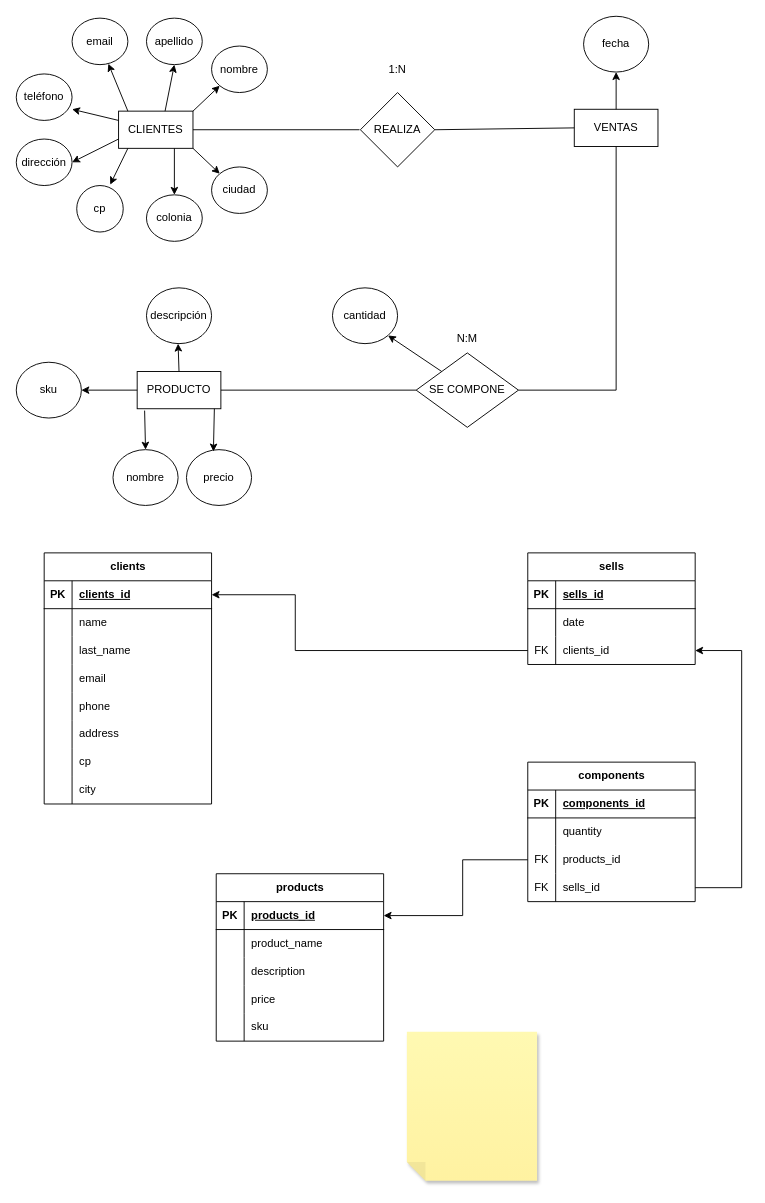
Above: page "Página-2" (2 of 2) of Diagrama sin título.drawio in pavila28/ProyectoPinterest (draw.io), before the change. Source tidied: cells renumbered, new cells numbered last; positions are measured from the earlier drawing's top-left corner, leaving out a move shared by most shapes. Both pictures are drawn from the tidied source at 93%, with x=0, y=0 at pixel (16, 16).
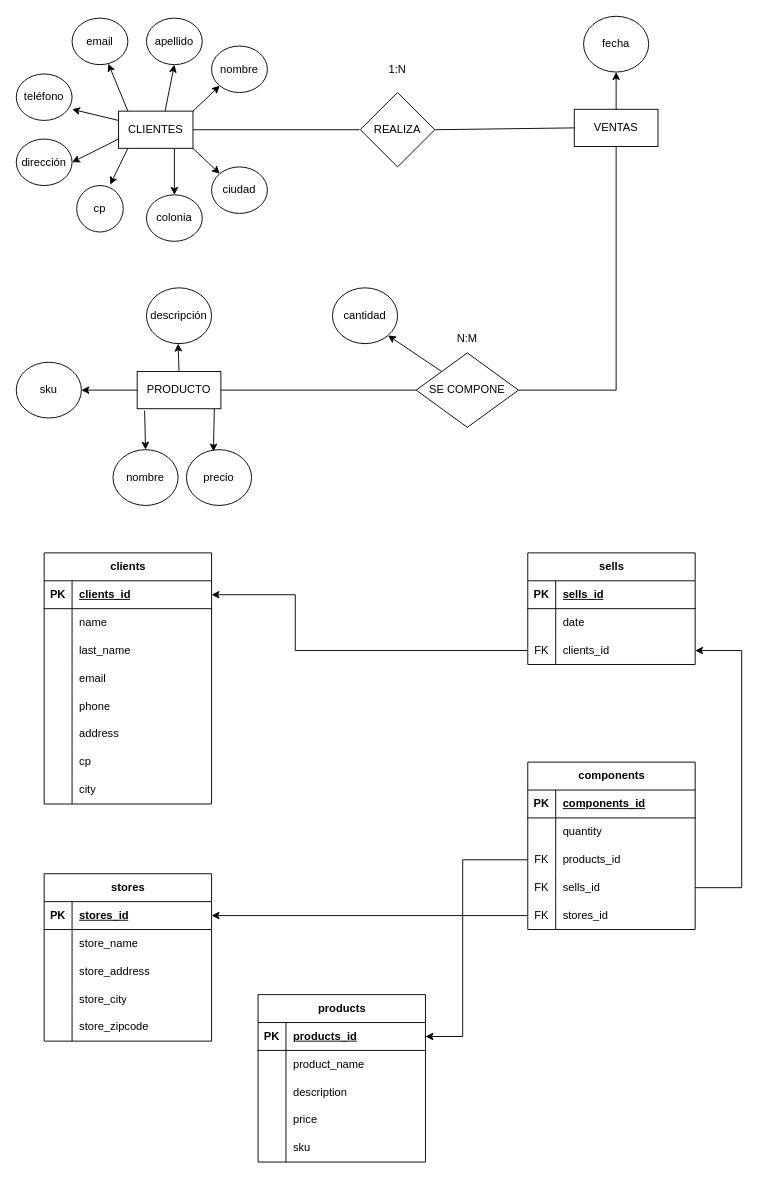
The same diagram, later.

Commit message:
Diagrama completo

The change refers to these unchanged cells:
```xml
<mxCell id="84" style="shape=tableRow;horizontal=0;startSize=0;swimlaneHead=0;swimlaneBody=0;fillColor=none;points=[[0,0.5],[1,0.5]];portConstraint=eastwest;top=0;left=0;right=0;bottom=0;" parent="77" vertex="1">
  <mxGeometry y="90" width="180" height="30" as="geometry" />
</mxCell>
<mxCell id="91" style="shape=tableRow;horizontal=0;startSize=0;swimlaneHead=0;swimlaneBody=0;fillColor=none;points=[[0,0.5],[1,0.5]];portConstraint=eastwest;top=0;left=0;right=0;bottom=1;" parent="90" vertex="1">
  <mxGeometry y="30" width="180" height="30" as="geometry" />
</mxCell>
```

Diff of the diagram source:
```diff
@@
     <mxCell id="77" value="components" style="shape=table;startSize=30;childLayout=tableLayout;rowLines=0;fontStyle=1;align=center;html=1;" parent="1" vertex="1">
-      <mxGeometry x="550" y="802" width="180" height="150" as="geometry" />
+      <mxGeometry x="550" y="802" width="180" height="180" as="geometry" />
     </mxCell>
@@
+    <mxCell id="109" style="shape=tableRow;horizontal=0;startSize=0;swimlaneHead=0;swimlaneBody=0;fillColor=none;points=[[0,0.5],[1,0.5]];portConstraint=eastwest;top=0;left=0;right=0;bottom=0;" parent="77" vertex="1">
+      <mxGeometry y="150" width="180" height="30" as="geometry" />
+    </mxCell>
+    <mxCell id="110" value="FK" style="shape=partialRectangle;fillColor=none;top=0;left=0;bottom=0;right=0;overflow=hidden;whiteSpace=wrap;html=1;" parent="109" vertex="1">
+      <mxGeometry width="30" height="30" as="geometry" />
+    </mxCell>
+    <mxCell id="111" value="stores_id" style="shape=partialRectangle;fillColor=none;top=0;left=0;bottom=0;right=0;align=left;spacingLeft=6;overflow=hidden;whiteSpace=wrap;html=1;" parent="109" vertex="1">
+      <mxGeometry x="30" width="150" height="30" as="geometry" />
+    </mxCell>
     <mxCell id="90" value="products" style="shape=table;startSize=30;childLayout=tableLayout;rowLines=0;fontStyle=1;align=center;html=1;" parent="1" vertex="1">
-      <mxGeometry x="215" y="922" width="180" height="180" as="geometry" />
+      <mxGeometry x="260" y="1052" width="180" height="180" as="geometry" />
     </mxCell>
@@
     <mxCell id="107" style="endArrow=classic;html=1;rounded=0;exitX=0;exitY=0.5;exitDx=0;exitDy=0;entryX=1;entryY=0.5;entryDx=0;entryDy=0;" parent="1" edge="1" source="84" target="91">
       <mxGeometry relative="1" as="geometry">
         <Array as="points">
           <mxPoint x="480" y="907" />
           <mxPoint x="480" y="967" />
+          <mxPoint x="480" y="1097" />
         </Array>
       </mxGeometry>
     </mxCell>
-    <mxCell id="108" style="shape=note;whiteSpace=wrap;html=1;backgroundOutline=1;fontColor=#000000;darkOpacity=0.05;fillColor=#FFF9B2;strokeColor=none;fillStyle=solid;direction=west;gradientDirection=north;gradientColor=#FFF2A1;shadow=1;size=20;" parent="1" vertex="1">
-      <mxGeometry x="420" y="1092" width="140" height="160" as="geometry" />
-    </mxCell>
+    <mxCell id="112" value="stores" style="shape=table;startSize=30;childLayout=tableLayout;rowLines=0;fontStyle=1;align=center;html=1;" parent="1" vertex="1">
+      <mxGeometry x="30" y="922" width="180" height="180" as="geometry" />
+    </mxCell>
+    <mxCell id="113" style="shape=tableRow;horizontal=0;startSize=0;swimlaneHead=0;swimlaneBody=0;fillColor=none;points=[[0,0.5],[1,0.5]];portConstraint=eastwest;top=0;left=0;right=0;bottom=1;" parent="112" vertex="1">
+      <mxGeometry y="30" width="180" height="30" as="geometry" />
+    </mxCell>
+    <mxCell id="114" value="PK" style="shape=partialRectangle;fillColor=none;top=0;left=0;bottom=0;right=0;fontStyle=1;overflow=hidden;whiteSpace=wrap;html=1;" parent="113" vertex="1">
+      <mxGeometry width="30" height="30" as="geometry" />
+    </mxCell>
+    <mxCell id="115" value="stores_id" style="shape=partialRectangle;fillColor=none;top=0;left=0;bottom=0;right=0;align=left;spacingLeft=6;fontStyle=5;overflow=hidden;whiteSpace=wrap;html=1;" parent="113" vertex="1">
+      <mxGeometry x="30" width="150" height="30" as="geometry" />
+    </mxCell>
+    <mxCell id="116" style="shape=tableRow;horizontal=0;startSize=0;swimlaneHead=0;swimlaneBody=0;fillColor=none;top=0;left=0;right=0;bottom=0;" parent="112" vertex="1">
+      <mxGeometry y="60" width="180" height="30" as="geometry" />
+    </mxCell>
+    <mxCell id="117" style="shape=partialRectangle;fillColor=none;top=0;left=0;bottom=0;right=0;overflow=hidden;whiteSpace=wrap;html=1;" parent="116" vertex="1">
+      <mxGeometry width="30" height="30" as="geometry" />
+    </mxCell>
+    <mxCell id="118" value="store_name" style="shape=partialRectangle;fillColor=none;top=0;left=0;bottom=0;right=0;align=left;spacingLeft=6;overflow=hidden;whiteSpace=wrap;html=1;" parent="116" vertex="1">
+      <mxGeometry x="30" width="150" height="30" as="geometry" />
+    </mxCell>
+    <mxCell id="119" style="shape=tableRow;horizontal=0;startSize=0;swimlaneHead=0;swimlaneBody=0;fillColor=none;top=0;left=0;right=0;bottom=0;" parent="112" vertex="1">
+      <mxGeometry y="90" width="180" height="30" as="geometry" />
+    </mxCell>
+    <mxCell id="120" style="shape=partialRectangle;fillColor=none;top=0;left=0;bottom=0;right=0;overflow=hidden;whiteSpace=wrap;html=1;" parent="119" vertex="1">
+      <mxGeometry width="30" height="30" as="geometry" />
+    </mxCell>
+    <mxCell id="121" value="store_address" style="shape=partialRectangle;fillColor=none;top=0;left=0;bottom=0;right=0;align=left;spacingLeft=6;overflow=hidden;whiteSpace=wrap;html=1;" parent="119" vertex="1">
+      <mxGeometry x="30" width="150" height="30" as="geometry" />
+    </mxCell>
+    <mxCell id="122" style="shape=tableRow;horizontal=0;startSize=0;swimlaneHead=0;swimlaneBody=0;fillColor=none;top=0;left=0;right=0;bottom=0;" parent="112" vertex="1">
+      <mxGeometry y="120" width="180" height="30" as="geometry" />
+    </mxCell>
+    <mxCell id="123" style="shape=partialRectangle;fillColor=none;top=0;left=0;bottom=0;right=0;overflow=hidden;whiteSpace=wrap;html=1;" parent="122" vertex="1">
+      <mxGeometry width="30" height="30" as="geometry" />
+    </mxCell>
+    <mxCell id="124" value="store_city" style="shape=partialRectangle;fillColor=none;top=0;left=0;bottom=0;right=0;align=left;spacingLeft=6;overflow=hidden;whiteSpace=wrap;html=1;" parent="122" vertex="1">
+      <mxGeometry x="30" width="150" height="30" as="geometry" />
+    </mxCell>
+    <mxCell id="125" style="shape=tableRow;horizontal=0;startSize=0;swimlaneHead=0;swimlaneBody=0;fillColor=none;top=0;left=0;right=0;bottom=0;" parent="112" vertex="1">
+      <mxGeometry y="150" width="180" height="30" as="geometry" />
+    </mxCell>
+    <mxCell id="126" style="shape=partialRectangle;fillColor=none;top=0;left=0;bottom=0;right=0;overflow=hidden;whiteSpace=wrap;html=1;" parent="125" vertex="1">
+      <mxGeometry width="30" height="30" as="geometry" />
+    </mxCell>
+    <mxCell id="127" value="store_zipcode" style="shape=partialRectangle;fillColor=none;top=0;left=0;bottom=0;right=0;align=left;spacingLeft=6;overflow=hidden;whiteSpace=wrap;html=1;" parent="125" vertex="1">
+      <mxGeometry x="30" width="150" height="30" as="geometry" />
+    </mxCell>
+    <mxCell id="128" style="endArrow=classic;html=1;rounded=0;exitX=0;exitY=0.5;exitDx=0;exitDy=0;entryX=1;entryY=0.5;entryDx=0;entryDy=0;" parent="1" edge="1" source="109" target="113">
+      <mxGeometry relative="1" as="geometry" />
+    </mxCell>
```
